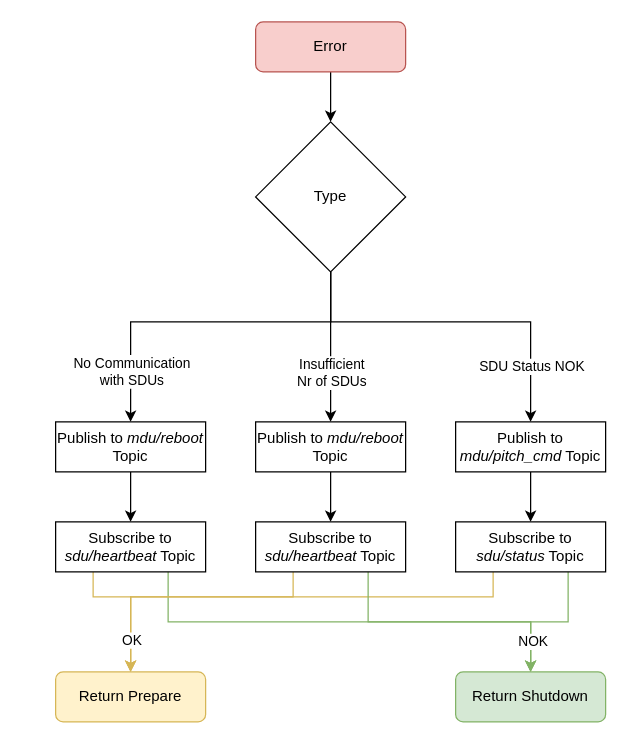
Earlier version of the draw.io diagram page "MDU_ERROR" (5 of 10) of MESCC/2nd_year/2nd_semester/system_diagram.drawio (carlosrijo9/ISEP). Source tidied: cells renumbered, new cells numbered last; positions are measured from the earlier drawing's top-left corner, leaving out a move shared by most shapes. Both pictures are drawn from the tidied source at 125%, with x=0, y=0 at pixel (55, 21).
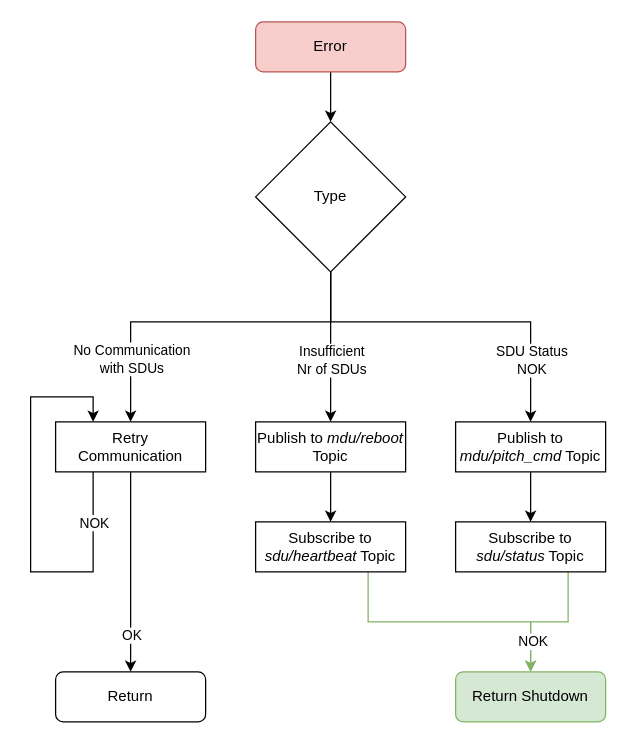
After the change.

Unchanged cells that the change refers to:
```xml
<mxCell id="4" style="edgeStyle=orthogonalEdgeStyle;rounded=0;jettySize=auto;html=1;exitX=0.5;exitY=1;exitDx=0;exitDy=0;entryX=0.5;entryY=0;entryDx=0;entryDy=0;" parent="1" edge="1" source="10" target="12">
  <mxGeometry relative="1" as="geometry">
    <Array as="points">
      <mxPoint x="220" y="240" />
      <mxPoint x="60" y="240" />
    </Array>
  </mxGeometry>
</mxCell>
<mxCell id="6" style="edgeStyle=orthogonalEdgeStyle;rounded=0;jettySize=auto;html=1;exitX=0.5;exitY=1;exitDx=0;exitDy=0;entryX=0.5;entryY=0;entryDx=0;entryDy=0;" parent="1" edge="1" source="10" target="16">
  <mxGeometry relative="1" as="geometry" />
</mxCell>
<mxCell id="8" style="edgeStyle=orthogonalEdgeStyle;rounded=0;jettySize=auto;html=1;exitX=0.5;exitY=1;exitDx=0;exitDy=0;entryX=0.5;entryY=0;entryDx=0;entryDy=0;" parent="1" edge="1" source="10" target="14">
  <mxGeometry relative="1" as="geometry">
    <Array as="points">
      <mxPoint x="220" y="240" />
      <mxPoint x="380" y="240" />
    </Array>
  </mxGeometry>
</mxCell>
<mxCell id="22" value="Subscribe to &lt;i&gt;sdu/status&lt;/i&gt; Topic" style="rounded=0;whiteSpace=wrap;html=1;" parent="1" vertex="1">
  <mxGeometry x="320" y="400" width="120" height="40" as="geometry" />
</mxCell>
<mxCell id="27" value="Subscribe to &lt;i&gt;sdu/heartbeat&lt;/i&gt; Topic" style="rounded=0;whiteSpace=wrap;html=1;" parent="1" vertex="1">
  <mxGeometry x="160" y="400" width="120" height="40" as="geometry" />
</mxCell>
<mxCell id="29" value="Return Shutdown" style="rounded=1;whiteSpace=wrap;html=1;fillColor=#d5e8d4;strokeColor=#82b366;" parent="1" vertex="1">
  <mxGeometry x="320" y="520" width="120" height="40" as="geometry" />
</mxCell>
```

Diff of the diagram source:
```diff
@@
     <mxCell id="5" value="No Communication&lt;br&gt;with SDUs" style="edgeLabel;html=1;align=center;verticalAlign=middle;" parent="4" vertex="1">
       <mxGeometry x="0.76" y="1" relative="1" as="geometry">
-        <mxPoint x="-1" y="-7" as="offset" />
+        <mxPoint x="-1" y="-17" as="offset" />
       </mxGeometry>
     </mxCell>
@@
     <mxCell id="7" value="Insufficient&lt;br&gt;Nr of SDUs" style="edgeLabel;html=1;align=center;verticalAlign=middle;" parent="6" vertex="1">
       <mxGeometry x="0.49" y="-2" relative="1" as="geometry">
-        <mxPoint x="2" y="-9" as="offset" />
+        <mxPoint x="2" y="-19" as="offset" />
       </mxGeometry>
     </mxCell>
@@
-    <mxCell id="9" value="SDU Status NOK" style="edgeLabel;html=1;align=center;verticalAlign=middle;" parent="8" vertex="1">
+    <mxCell id="9" value="SDU Status&lt;div&gt;NOK&lt;/div&gt;" style="edgeLabel;html=1;align=center;verticalAlign=middle;" parent="8" vertex="1">
       <mxGeometry x="0.68" y="-1" relative="1" as="geometry">
-        <mxPoint x="1" as="offset" />
+        <mxPoint x="1" y="-5" as="offset" />
       </mxGeometry>
     </mxCell>
@@
-    <mxCell id="11" style="edgeStyle=orthogonalEdgeStyle;rounded=0;jettySize=auto;html=1;" parent="1" edge="1" source="12" target="19">
-      <mxGeometry relative="1" as="geometry" />
+    <mxCell id="11" style="edgeStyle=orthogonalEdgeStyle;rounded=0;orthogonalLoop=1;jettySize=auto;html=1;entryX=0.25;entryY=0;entryDx=0;entryDy=0;exitX=0.25;exitY=1;exitDx=0;exitDy=0;" parent="1" edge="1" source="12" target="12">
+      <mxGeometry relative="1" as="geometry">
+        <Array as="points">
+          <mxPoint x="30" y="440" />
+          <mxPoint x="-20" y="440" />
+          <mxPoint x="-20" y="300" />
+          <mxPoint x="30" y="300" />
+        </Array>
+      </mxGeometry>
     </mxCell>
+    <mxCell id="30" value="NOK" style="edgeLabel;html=1;align=center;verticalAlign=middle;" parent="11" vertex="1">
+      <mxGeometry x="-0.87" relative="1" as="geometry">
+        <mxPoint y="18" as="offset" />
+      </mxGeometry>
+    </mxCell>
+    <mxCell id="31" style="edgeStyle=orthogonalEdgeStyle;rounded=0;jettySize=auto;html=1;" parent="1" edge="1" source="12" target="32">
+      <mxGeometry relative="1" as="geometry" />
+    </mxCell>
+    <mxCell id="26" value="OK" style="edgeLabel;html=1;align=center;verticalAlign=middle;" parent="31" vertex="1">
+      <mxGeometry x="-0.1" relative="1" as="geometry">
+        <mxPoint y="58" as="offset" />
+      </mxGeometry>
+    </mxCell>
-    <mxCell id="12" value="Publish to &lt;i&gt;mdu/reboot&lt;/i&gt; Topic" style="rounded=0;whiteSpace=wrap;html=1;" parent="1" vertex="1">
+    <mxCell id="12" value="Retry&lt;div&gt;Communication&lt;/div&gt;" style="rounded=0;whiteSpace=wrap;html=1;" parent="1" vertex="1">
       <mxGeometry y="320" width="120" height="40" as="geometry" />
     </mxCell>
@@
-    <mxCell id="17" style="edgeStyle=orthogonalEdgeStyle;rounded=0;jettySize=auto;html=1;exitX=0.75;exitY=1;exitDx=0;exitDy=0;entryX=0.5;entryY=0;entryDx=0;entryDy=0;fillColor=#d5e8d4;strokeColor=#82b366;" parent="1" edge="1" source="19" target="29">
-      <mxGeometry relative="1" as="geometry">
-        <Array as="points">
-          <mxPoint x="90" y="480" />
-          <mxPoint x="380" y="480" />
-        </Array>
-      </mxGeometry>
-    </mxCell>
-    <mxCell id="18" style="edgeStyle=orthogonalEdgeStyle;rounded=0;jettySize=auto;html=1;exitX=0.25;exitY=1;exitDx=0;exitDy=0;entryX=0.5;entryY=0;entryDx=0;entryDy=0;fillColor=#fff2cc;strokeColor=#d6b656;" parent="1" edge="1" source="19" target="28">
-      <mxGeometry relative="1" as="geometry">
-        <Array as="points">
-          <mxPoint x="30" y="460" />
-          <mxPoint x="60" y="460" />
-        </Array>
-      </mxGeometry>
-    </mxCell>
-    <mxCell id="19" value="Subscribe to &lt;i&gt;sdu/heartbeat&lt;/i&gt; Topic" style="rounded=0;whiteSpace=wrap;html=1;" parent="1" vertex="1">
-      <mxGeometry y="400" width="120" height="40" as="geometry" />
-    </mxCell>
@@
-    <mxCell id="21" style="edgeStyle=orthogonalEdgeStyle;rounded=0;jettySize=auto;html=1;exitX=0.25;exitY=1;exitDx=0;exitDy=0;entryX=0.5;entryY=0;entryDx=0;entryDy=0;fillColor=#fff2cc;strokeColor=#d6b656;" parent="1" edge="1" source="22" target="28">
-      <mxGeometry relative="1" as="geometry">
-        <Array as="points">
-          <mxPoint x="350" y="460" />
-          <mxPoint x="60" y="460" />
-        </Array>
-      </mxGeometry>
-    </mxCell>
@@
-    <mxCell id="25" style="edgeStyle=orthogonalEdgeStyle;rounded=0;jettySize=auto;html=1;exitX=0.25;exitY=1;exitDx=0;exitDy=0;entryX=0.5;entryY=0;entryDx=0;entryDy=0;fillColor=#fff2cc;strokeColor=#d6b656;" parent="1" edge="1" source="27" target="28">
-      <mxGeometry relative="1" as="geometry">
-        <Array as="points">
-          <mxPoint x="190" y="460" />
-          <mxPoint x="60" y="460" />
-        </Array>
-      </mxGeometry>
-    </mxCell>
-    <mxCell id="26" value="OK" style="edgeLabel;html=1;align=center;verticalAlign=middle;" parent="25" vertex="1">
-      <mxGeometry x="0.75" relative="1" as="geometry" />
-    </mxCell>
@@
-    <mxCell id="28" value="Return Prepare" style="rounded=1;whiteSpace=wrap;html=1;fillColor=#fff2cc;strokeColor=#d6b656;" parent="1" vertex="1">
-      <mxGeometry y="520" width="120" height="40" as="geometry" />
-    </mxCell>
@@
+    <mxCell id="32" value="Return" style="rounded=1;whiteSpace=wrap;html=1;fillColor=default;strokeColor=default;" parent="1" vertex="1">
+      <mxGeometry y="520" width="120" height="40" as="geometry" />
+    </mxCell>
```
